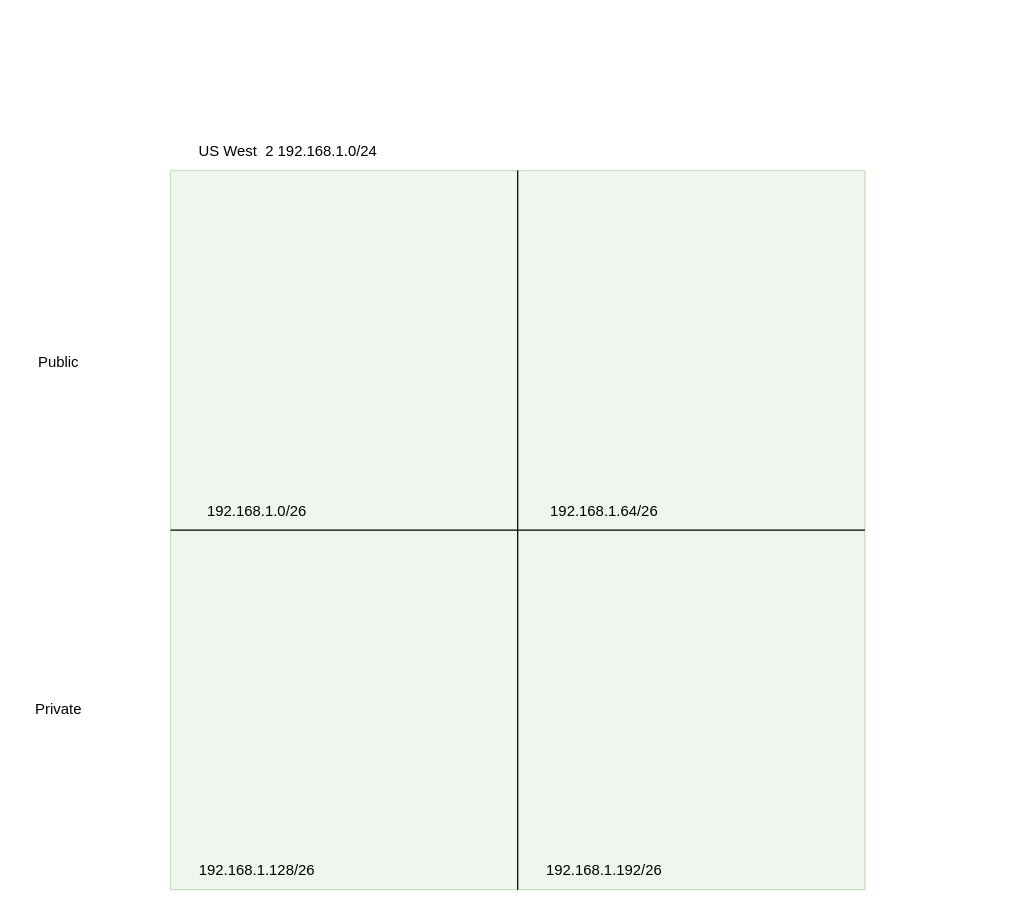
This is Untitled Diagram.drawio from kura-labs-org/3_TIER_ASGMT, a draw.io file, before an edit. Source tidied: cells renumbered, new cells numbered last; positions are measured from the earlier drawing's top-left corner, leaving out a move shared by most shapes. Both pictures are drawn from the tidied source at 124%, with x=0, y=0 at pixel (21, 133).
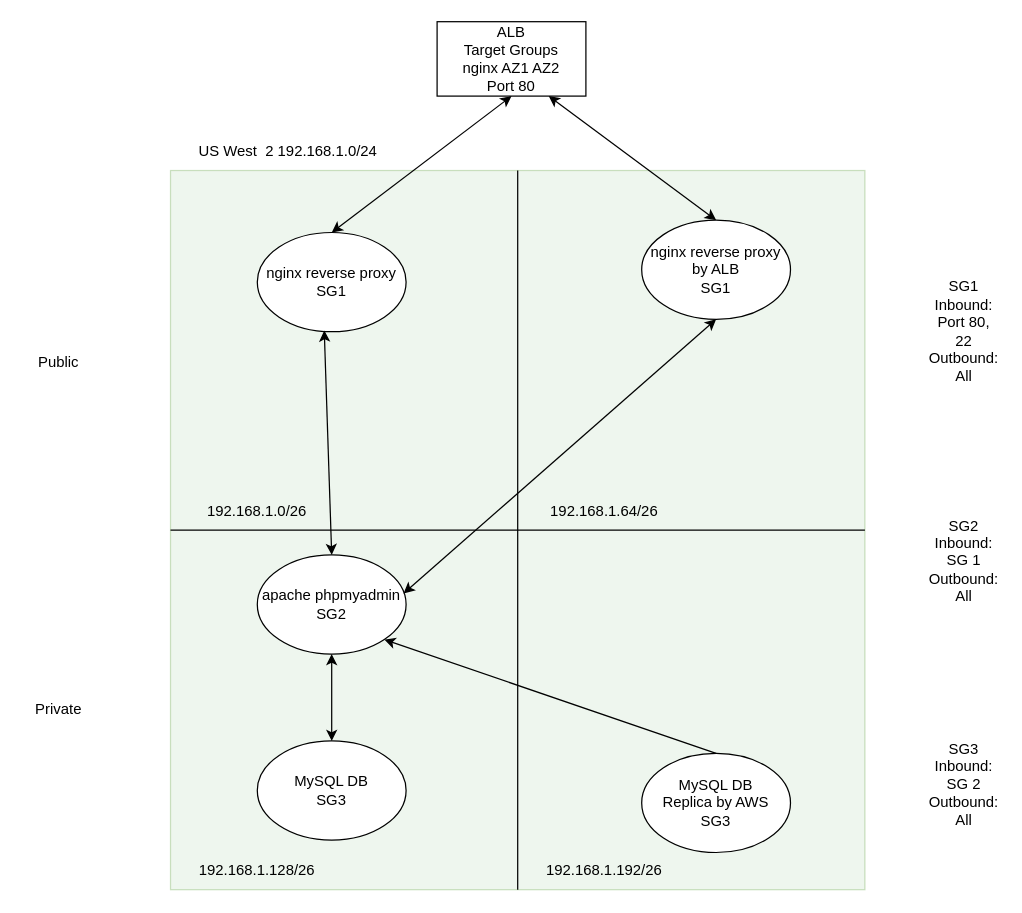
The same diagram, later.

Diff of the diagram source:
```diff
@@
+    <mxCell id="12" value="MySQL DB&lt;br&gt;SG3" style="ellipse;whiteSpace=wrap;html=1;" parent="1" vertex="1">
+      <mxGeometry x="190" y="490" width="120" height="80" as="geometry" />
+    </mxCell>
+    <mxCell id="13" value="MySQL DB&lt;br&gt;Replica by AWS&lt;br&gt;SG3" style="ellipse;whiteSpace=wrap;html=1;" parent="1" vertex="1">
+      <mxGeometry x="500" y="500" width="120" height="80" as="geometry" />
+    </mxCell>
+    <mxCell id="14" value="apache phpmyadmin&lt;br&gt;SG2" style="ellipse;whiteSpace=wrap;html=1;" parent="1" vertex="1">
+      <mxGeometry x="190" y="340" width="120" height="80" as="geometry" />
+    </mxCell>
+    <mxCell id="15" style="endArrow=classic;startArrow=classic;html=1;rounded=0;exitX=0.5;exitY=1;exitDx=0;exitDy=0;" parent="1" edge="1" source="14" target="12">
+      <mxGeometry relative="1" as="geometry" />
+    </mxCell>
+    <mxCell id="16" style="endArrow=classic;html=1;rounded=0;entryX=1;entryY=1;entryDx=0;entryDy=0;exitX=0.5;exitY=0;exitDx=0;exitDy=0;" parent="1" edge="1" source="13" target="14">
+      <mxGeometry relative="1" as="geometry" />
+    </mxCell>
+    <mxCell id="17" value="ALB&lt;br&gt;Target Groups&lt;br&gt;nginx AZ1 AZ2&lt;br&gt;Port 80" style="rounded=0;whiteSpace=wrap;html=1;" parent="1" vertex="1">
+      <mxGeometry x="335" y="-90" width="120" height="60" as="geometry" />
+    </mxCell>
+    <mxCell id="18" style="endArrow=classic;startArrow=classic;html=1;rounded=0;exitX=0.5;exitY=0;exitDx=0;exitDy=0;entryX=0.5;entryY=1;entryDx=0;entryDy=0;" parent="1" edge="1" source="22" target="17">
+      <mxGeometry relative="1" as="geometry" />
+    </mxCell>
+    <mxCell id="19" style="endArrow=classic;startArrow=classic;html=1;rounded=0;entryX=0.75;entryY=1;entryDx=0;entryDy=0;exitX=0.5;exitY=0;exitDx=0;exitDy=0;" parent="1" edge="1" source="23" target="17">
+      <mxGeometry relative="1" as="geometry" />
+    </mxCell>
+    <mxCell id="20" value="SG1&lt;br&gt;Inbound: Port 80, 22&lt;br&gt;Outbound: All" style="text;html=1;strokeColor=none;fillColor=none;align=center;verticalAlign=middle;whiteSpace=wrap;rounded=0;" parent="1" vertex="1">
+      <mxGeometry x="730" y="85" width="60" height="150" as="geometry" />
+    </mxCell>
+    <mxCell id="21" value="SG2&lt;br&gt;Inbound: SG 1&lt;br&gt;Outbound: All" style="text;html=1;strokeColor=none;fillColor=none;align=center;verticalAlign=middle;whiteSpace=wrap;rounded=0;" parent="1" vertex="1">
+      <mxGeometry x="730" y="270" width="60" height="150" as="geometry" />
+    </mxCell>
+    <mxCell id="22" value="nginx reverse proxy&lt;br&gt;SG1" style="ellipse;whiteSpace=wrap;html=1;" parent="1" vertex="1">
+      <mxGeometry x="190" y="80" width="120" height="80" as="geometry" />
+    </mxCell>
+    <mxCell id="23" value="nginx reverse proxy&lt;br&gt;by ALB&lt;br&gt;SG1" style="ellipse;whiteSpace=wrap;html=1;" parent="1" vertex="1">
+      <mxGeometry x="500" y="70" width="120" height="80" as="geometry" />
+    </mxCell>
+    <mxCell id="24" style="endArrow=classic;startArrow=classic;html=1;rounded=0;entryX=0.5;entryY=1;entryDx=0;entryDy=0;exitX=0.983;exitY=0.388;exitDx=0;exitDy=0;exitPerimeter=0;" parent="1" edge="1" source="14" target="23">
+      <mxGeometry relative="1" as="geometry" />
+    </mxCell>
+    <mxCell id="25" style="endArrow=classic;startArrow=classic;html=1;rounded=0;entryX=0.45;entryY=0.988;entryDx=0;entryDy=0;entryPerimeter=0;exitX=0.5;exitY=0;exitDx=0;exitDy=0;" parent="1" edge="1" source="14" target="22">
+      <mxGeometry relative="1" as="geometry" />
+    </mxCell>
+    <mxCell id="26" value="SG3&lt;br&gt;Inbound: SG 2&lt;br&gt;Outbound: All" style="text;html=1;strokeColor=none;fillColor=none;align=center;verticalAlign=middle;whiteSpace=wrap;rounded=0;" parent="1" vertex="1">
+      <mxGeometry x="730" y="450" width="60" height="150" as="geometry" />
+    </mxCell>
```
